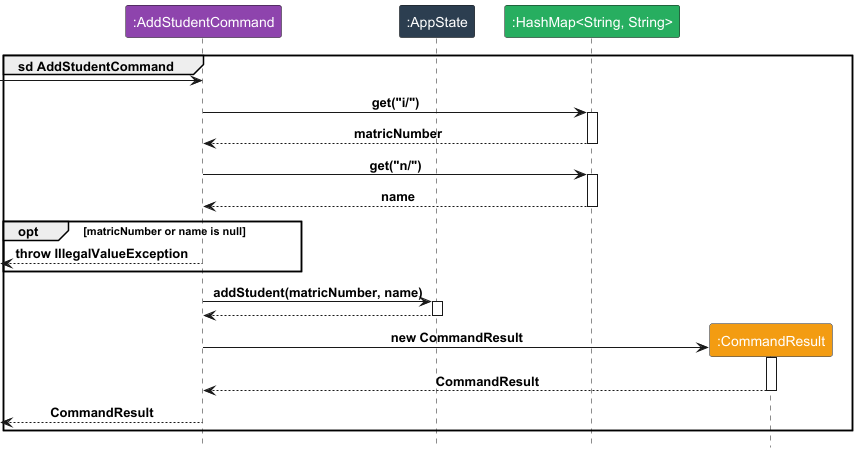
yeekian/tp keeps this PlantUML diagram as docs/diagrams/AddStudentCommand.png. Above is the earlier version.
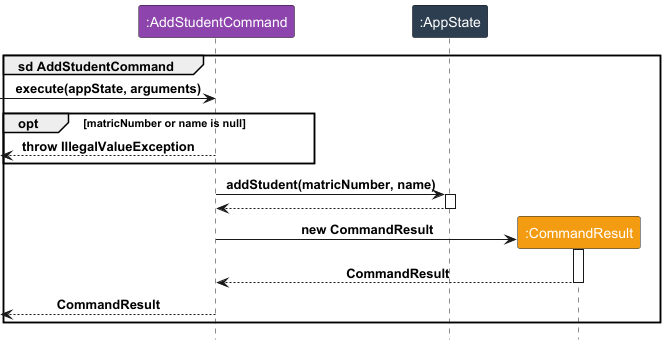
After the commit.

The edit, as a diff of the source:
```diff
@@ -3,18 +3,9 @@
 group sd AddStudentCommand
 participant ":AddStudentCommand" as C LOGIC_COLOR_3
 participant ":AppState" as A LOGIC_COLOR_2
-participant ":HashMap<String, String>" as H LOGIC_COLOR_7
 participant ":CommandResult" as R LOGIC_COLOR_8
 
-[-> C
-C -> H : get("i/")
-activate H
-C <-- H : matricNumber
-deactivate H
-C -> H : get("n/")
-activate H
-C <-- H : name
-deactivate H
+[-> C: execute(appState, arguments)
 
 opt matricNumber or name is null
 [<--C : throw IllegalValueException
```
